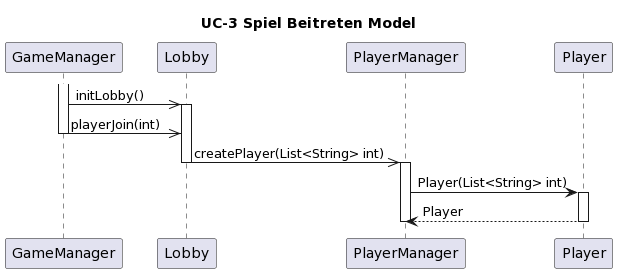
PrismFox/tron-game keeps this PlantUML diagram as doku-game/UC-3-Spiel-Beitreten-Model.png. Above is the earlier version.
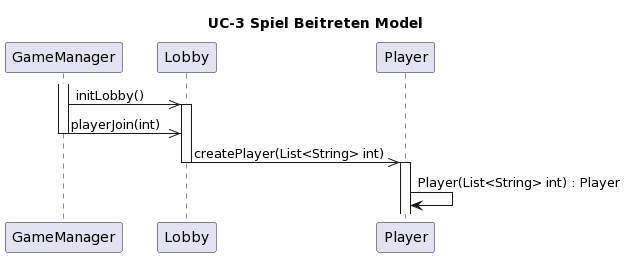
After the commit.

The edit, as a diff of the source:
```diff
@@ -3,7 +3,6 @@
 
 Participant GameManager
 Participant Lobby
-Participant PlayerManager
 Participant Player
 
 Activate GameManager
@@ -12,13 +11,9 @@
 GameManager ->> Lobby : playerJoin(int)
 Deactivate GameManager
 
-Lobby ->> PlayerManager : createPlayer(List<String> int)
+Lobby ->> Player : createPlayer(List<String> int)
 Deactivate Lobby
 
-Activate PlayerManager
-PlayerManager -> Player : Player(List<String> int)
 Activate Player
-Player --> PlayerManager : Player
-Deactivate Player
-Deactivate PlayerManager
+Player -> Player : Player(List<String> int) : Player
 @enduml
```
